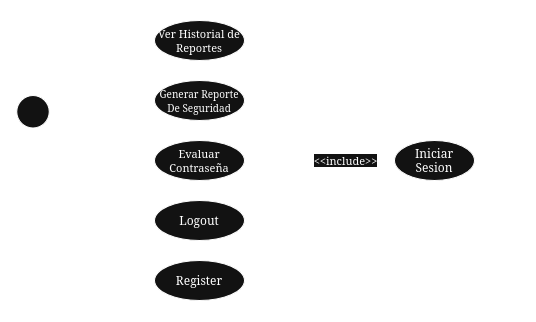
Earlier version of the draw.io export docs/CasosDeUso.png (krogeralexis/credsafe-security). Source tidied: cells renumbered, new cells last; positions are measured from the earlier drawing's top-left corner, leaving out a move shared by most shapes.
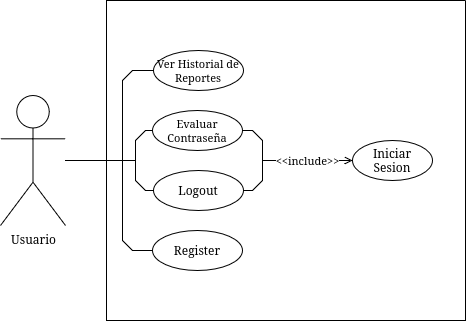
The same file after the commit.

Diff of the diagram source:
```diff
@@ -3,100 +3,80 @@
     <mxCell id="0" />
     <mxCell id="1" parent="0" />
     <mxCell id="2" style="swimlane;startSize=0;rounded=0;" parent="1" vertex="1">
-      <mxGeometry x="104" width="431" height="320" as="geometry" />
+      <mxGeometry x="104" width="359" height="320" as="geometry" />
     </mxCell>
     <mxCell id="3" value="&lt;font&gt;Iniciar Sesion&lt;/font&gt;" style="ellipse;whiteSpace=wrap;html=1;labelBackgroundColor=none;fontSize=12;" parent="2" vertex="1">
-      <mxGeometry x="290" y="140" width="80" height="40" as="geometry" />
+      <mxGeometry x="246" y="140" width="80" height="40" as="geometry" />
     </mxCell>
-    <mxCell id="4" style="rounded=0;jettySize=auto;html=1;endArrow=none;endFill=0;" parent="2" edge="1" source="6">
-      <mxGeometry relative="1" as="geometry">
-        <mxPoint x="11" y="160" as="targetPoint" />
+    <mxCell id="4" value="&lt;div&gt;&amp;lt;&amp;lt;include&amp;gt;&amp;gt;&lt;/div&gt;" style="rounded=0;jettySize=auto;html=1;entryX=0;entryY=0.5;entryDx=0;entryDy=0;endArrow=open;endFill=0;exitX=1;exitY=0.5;exitDx=0;exitDy=0;" parent="2" edge="1" source="5" target="3">
+      <mxGeometry x="0.33" relative="1" as="geometry">
         <Array as="points">
-          <mxPoint x="21" y="40" />
-          <mxPoint x="11" y="50" />
+          <mxPoint x="146" y="130" />
+          <mxPoint x="156" y="140" />
+          <mxPoint x="156" y="160" />
         </Array>
       </mxGeometry>
     </mxCell>
-    <mxCell id="5" style="rounded=0;jettySize=auto;html=1;endArrow=none;endFill=0;" parent="2" edge="1" source="6">
-      <mxGeometry relative="1" as="geometry">
-        <mxPoint x="181" y="160" as="targetPoint" />
-        <Array as="points">
-          <mxPoint x="171" y="40" />
-          <mxPoint x="181" y="50" />
-        </Array>
-      </mxGeometry>
+    <mxCell id="5" value="&lt;font style=&quot;font-size: 11px;&quot;&gt;Evaluar Contraseña&lt;/font&gt;" style="ellipse;whiteSpace=wrap;html=1;labelBackgroundColor=none;" parent="2" vertex="1">
+      <mxGeometry x="46" y="110" width="90" height="40" as="geometry" />
     </mxCell>
-    <mxCell id="6" value="&lt;font style=&quot;font-size: 11px;&quot;&gt;Ver Historial de Reportes&lt;/font&gt;" style="ellipse;whiteSpace=wrap;html=1;labelBackgroundColor=none;" parent="2" vertex="1">
-      <mxGeometry x="50" y="20" width="90" height="40" as="geometry" />
+    <mxCell id="6" style="rounded=0;jettySize=auto;html=1;endArrow=none;endFill=0;" parent="2" edge="1" source="7">
+      <mxGeometry relative="1" as="geometry">
+        <mxPoint x="16" y="160" as="targetPoint" />
+        <Array as="points">
+          <mxPoint x="26" y="70" />
+          <mxPoint x="16" y="80" />
+          <mxPoint x="16" y="140" />
+        </Array>
+      </mxGeometry>
     </mxCell>
-    <mxCell id="7" value="&lt;div&gt;&amp;lt;&amp;lt;include&amp;gt;&amp;gt;&lt;/div&gt;" style="edgeStyle=orthogonalEdgeStyle;rounded=0;orthogonalLoop=1;jettySize=auto;html=1;entryX=0;entryY=0.5;entryDx=0;entryDy=0;endArrow=open;endFill=0;" parent="2" edge="1">
-      <mxGeometry x="0.33" relative="1" as="geometry">
-        <mxPoint x="141" y="160" as="sourcePoint" />
-        <mxPoint x="291" y="160" as="targetPoint" />
-      </mxGeometry>
+    <mxCell id="7" value="&lt;font style=&quot;font-size: 11px;&quot;&gt;Ver Historial de Reportes&lt;/font&gt;" style="ellipse;whiteSpace=wrap;html=1;labelBackgroundColor=none;" parent="2" vertex="1">
+      <mxGeometry x="47" y="50" width="90" height="40" as="geometry" />
     </mxCell>
-    <mxCell id="8" value="&lt;font style=&quot;font-size: 11px;&quot;&gt;Evaluar Contraseña&lt;/font&gt;" style="ellipse;whiteSpace=wrap;html=1;labelBackgroundColor=none;" parent="2" vertex="1">
-      <mxGeometry x="50" y="140" width="90" height="40" as="geometry" />
+    <mxCell id="8" style="rounded=0;jettySize=auto;html=1;endArrow=none;endFill=0;" parent="2" edge="1" source="10">
+      <mxGeometry relative="1" as="geometry">
+        <mxPoint x="29" y="160" as="targetPoint" />
+        <Array as="points">
+          <mxPoint x="39" y="190" />
+          <mxPoint x="29" y="180" />
+        </Array>
+      </mxGeometry>
     </mxCell>
-    <mxCell id="9" style="rounded=0;jettySize=auto;html=1;endArrow=none;endFill=0;" parent="2" edge="1" source="11">
+    <mxCell id="9" style="rounded=0;jettySize=auto;html=1;endArrow=none;endFill=0;" parent="2" edge="1" source="10">
       <mxGeometry relative="1" as="geometry">
-        <mxPoint x="21" y="160" as="targetPoint" />
+        <mxPoint x="156" y="160" as="targetPoint" />
         <Array as="points">
-          <mxPoint x="31" y="100" />
-          <mxPoint x="21" y="110" />
+          <mxPoint x="146" y="190" />
+          <mxPoint x="156" y="180" />
         </Array>
       </mxGeometry>
     </mxCell>
-    <mxCell id="10" style="rounded=0;jettySize=auto;html=1;endArrow=none;endFill=0;" parent="2" edge="1" source="11">
-      <mxGeometry relative="1" as="geometry">
-        <mxPoint x="171" y="160" as="targetPoint" />
-        <Array as="points">
-          <mxPoint x="161" y="100" />
-          <mxPoint x="171" y="110" />
-        </Array>
-      </mxGeometry>
+    <mxCell id="10" value="Logout" style="ellipse;whiteSpace=wrap;html=1;labelBackgroundColor=none;" parent="2" vertex="1">
+      <mxGeometry x="47" y="170" width="90" height="40" as="geometry" />
     </mxCell>
-    <mxCell id="11" value="&lt;font style=&quot;font-size: 10px;&quot;&gt;Generar Reporte De Seguridad&lt;/font&gt;" style="ellipse;whiteSpace=wrap;html=1;labelBackgroundColor=none;" parent="2" vertex="1">
-      <mxGeometry x="50" y="80" width="90" height="40" as="geometry" />
+    <mxCell id="11" style="rounded=0;jettySize=auto;html=1;endArrow=none;endFill=0;" parent="2" edge="1" source="12">
+      <mxGeometry relative="1" as="geometry">
+        <mxPoint x="16" y="160" as="targetPoint" />
+        <Array as="points">
+          <mxPoint x="26" y="250" />
+          <mxPoint x="16" y="240" />
+        </Array>
+      </mxGeometry>
     </mxCell>
-    <mxCell id="12" style="rounded=0;jettySize=auto;html=1;endArrow=none;endFill=0;" parent="2" edge="1" source="14">
-      <mxGeometry relative="1" as="geometry">
-        <mxPoint x="21" y="160" as="targetPoint" />
-        <Array as="points">
-          <mxPoint x="31" y="220" />
-          <mxPoint x="21" y="210" />
-        </Array>
-      </mxGeometry>
+    <mxCell id="12" value="Register" style="ellipse;whiteSpace=wrap;html=1;labelBackgroundColor=none;" parent="2" vertex="1">
+      <mxGeometry x="46" y="230" width="90" height="40" as="geometry" />
     </mxCell>
-    <mxCell id="13" style="rounded=0;jettySize=auto;html=1;endArrow=none;endFill=0;" parent="2" edge="1" source="14">
+    <mxCell id="13" style="rounded=0;jettySize=auto;html=1;entryX=0;entryY=0.5;entryDx=0;entryDy=0;endArrow=none;endFill=0;" parent="1" edge="1" source="14" target="5">
       <mxGeometry relative="1" as="geometry">
-        <mxPoint x="171" y="160" as="targetPoint" />
         <Array as="points">
-          <mxPoint x="161" y="220" />
-          <mxPoint x="171" y="210" />
+          <mxPoint x="133" y="160" />
+          <mxPoint x="133" y="140" />
+          <mxPoint x="143" y="130" />
         </Array>
       </mxGeometry>
     </mxCell>
-    <mxCell id="14" value="Logout" style="ellipse;whiteSpace=wrap;html=1;labelBackgroundColor=none;" parent="2" vertex="1">
-      <mxGeometry x="50" y="200" width="90" height="40" as="geometry" />
+    <mxCell id="14" value="Usuario" style="shape=umlActor;verticalLabelPosition=bottom;verticalAlign=top;html=1;" parent="1" vertex="1">
+      <mxGeometry x="-2" y="95" width="65" height="130" as="geometry" />
     </mxCell>
-    <mxCell id="15" style="rounded=0;jettySize=auto;html=1;endArrow=none;endFill=0;" parent="2" edge="1" source="16">
-      <mxGeometry relative="1" as="geometry">
-        <mxPoint x="11" y="160" as="targetPoint" />
-        <Array as="points">
-          <mxPoint x="21" y="280" />
-          <mxPoint x="11" y="270" />
-        </Array>
-      </mxGeometry>
-    </mxCell>
-    <mxCell id="16" value="Register" style="ellipse;whiteSpace=wrap;html=1;labelBackgroundColor=none;" parent="2" vertex="1">
-      <mxGeometry x="50" y="260" width="90" height="40" as="geometry" />
-    </mxCell>
-    <mxCell id="17" style="edgeStyle=orthogonalEdgeStyle;rounded=0;jettySize=auto;html=1;entryX=0;entryY=0.5;entryDx=0;entryDy=0;endArrow=none;endFill=0;" parent="1" edge="1" source="18" target="8">
-      <mxGeometry relative="1" as="geometry" />
-    </mxCell>
-    <mxCell id="18" value="Usuario" style="shape=umlActor;verticalLabelPosition=bottom;verticalAlign=top;html=1;" parent="1" vertex="1">
-      <mxGeometry y="95" width="65" height="130" as="geometry" />
-    </mxCell>
   </root>
 </mxGraphModel>
```
